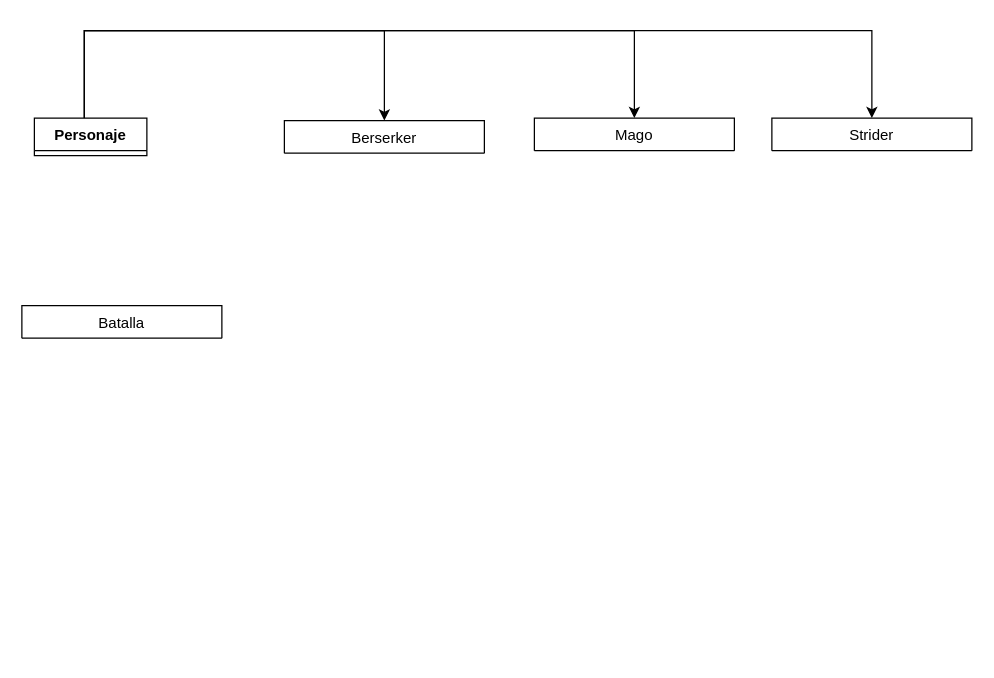
This is Diagrama de clases actuales.drawio from MussiAgus/Proyecto-RPG, a draw.io file, before an edit. Source tidied: cells renumbered, new cells numbered last; positions are measured from the earlier drawing's top-left corner, leaving out a move shared by most shapes. Both pictures are drawn from the tidied source at 125%, with x=0, y=0 at pixel (21, 30).
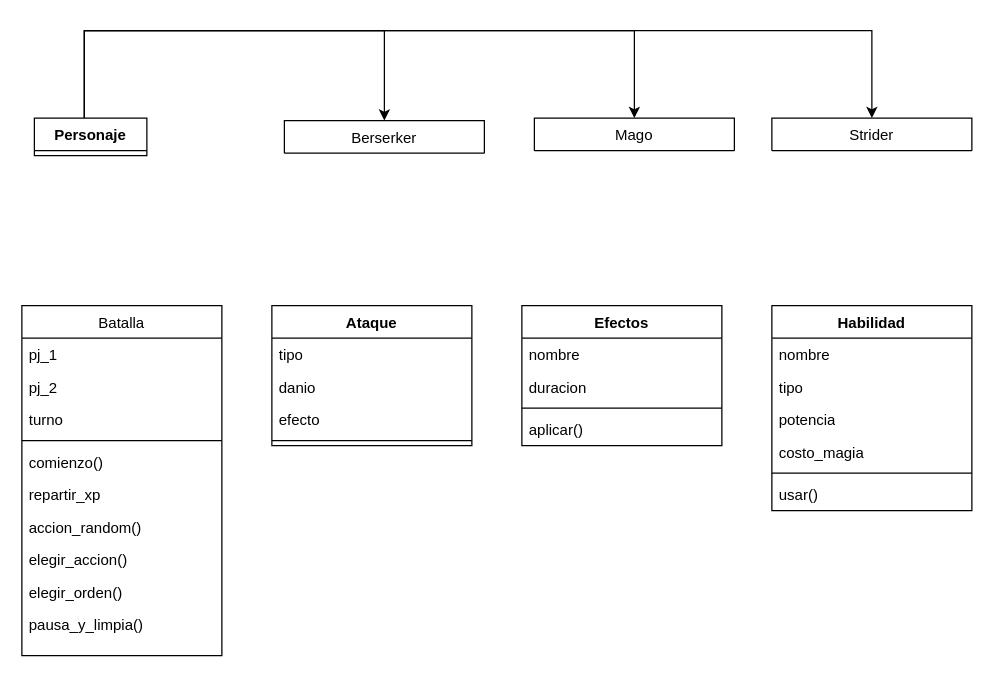
After the change.

Commit message:
Actualizacion diagrama

What changed in the source:
```diff
@@
-    <mxCell id="9" value="Batalla" style="swimlane;fontStyle=0;align=center;verticalAlign=top;horizontal=1;startSize=26;rounded=0;shadow=0;strokeWidth=1;" parent="1" vertex="1" collapsed="1">
-      <mxGeometry y="220" width="160" height="26" as="geometry" />
+    <mxCell id="9" value="Batalla" style="swimlane;fontStyle=0;align=center;verticalAlign=top;horizontal=1;startSize=26;rounded=0;shadow=0;strokeWidth=1;" parent="1" vertex="1">
+      <mxGeometry y="220" width="160" height="280" as="geometry" />
     </mxCell>
+    <mxCell id="10" value="pj_1" style="text;align=left;verticalAlign=top;spacingLeft=4;spacingRight=4;overflow=hidden;" parent="9" vertex="1">
+      <mxGeometry y="26" width="160" height="26" as="geometry" />
+    </mxCell>
+    <mxCell id="11" value="pj_2" style="text;align=left;verticalAlign=top;spacingLeft=4;spacingRight=4;overflow=hidden;rounded=0;shadow=0;html=0;" parent="9" vertex="1">
+      <mxGeometry y="52" width="160" height="26" as="geometry" />
+    </mxCell>
+    <mxCell id="12" value="turno" style="text;align=left;verticalAlign=top;spacingLeft=4;spacingRight=4;overflow=hidden;rounded=0;shadow=0;html=0;" parent="9" vertex="1">
+      <mxGeometry y="78" width="160" height="26" as="geometry" />
+    </mxCell>
+    <mxCell id="13" style="line;html=1;strokeWidth=1;align=left;verticalAlign=middle;spacingTop=-1;spacingLeft=3;spacingRight=3;labelPosition=right;" parent="9" vertex="1">
+      <mxGeometry y="104" width="160" height="8" as="geometry" />
+    </mxCell>
+    <mxCell id="14" value="comienzo()" style="text;align=left;verticalAlign=top;spacingLeft=4;spacingRight=4;overflow=hidden;" parent="9" vertex="1">
+      <mxGeometry y="112" width="160" height="26" as="geometry" />
+    </mxCell>
+    <mxCell id="15" value="repartir_xp" style="text;align=left;verticalAlign=top;spacingLeft=4;spacingRight=4;overflow=hidden;" parent="9" vertex="1">
+      <mxGeometry y="138" width="160" height="26" as="geometry" />
+    </mxCell>
+    <mxCell id="16" value="accion_random()" style="text;align=left;verticalAlign=top;spacingLeft=4;spacingRight=4;overflow=hidden;" parent="9" vertex="1">
+      <mxGeometry y="164" width="160" height="26" as="geometry" />
+    </mxCell>
+    <mxCell id="17" value="elegir_accion()" style="text;align=left;verticalAlign=top;spacingLeft=4;spacingRight=4;overflow=hidden;" parent="9" vertex="1">
+      <mxGeometry y="190" width="160" height="26" as="geometry" />
+    </mxCell>
+    <mxCell id="18" value="elegir_orden()" style="text;align=left;verticalAlign=top;spacingLeft=4;spacingRight=4;overflow=hidden;" parent="9" vertex="1">
+      <mxGeometry y="216" width="160" height="26" as="geometry" />
+    </mxCell>
+    <mxCell id="19" value="pausa_y_limpia()" style="text;align=left;verticalAlign=top;spacingLeft=4;spacingRight=4;overflow=hidden;" parent="9" vertex="1">
+      <mxGeometry y="242" width="160" height="26" as="geometry" />
+    </mxCell>
+    <mxCell id="20" value="Ataque" style="swimlane;fontStyle=1;align=center;verticalAlign=top;horizontal=1;startSize=26;whiteSpace=wrap;html=1;" parent="1" vertex="1">
+      <mxGeometry x="200" y="220" width="160" height="112" as="geometry" />
+    </mxCell>
+    <mxCell id="21" value="tipo" style="text;strokeColor=none;fillColor=none;align=left;verticalAlign=top;spacingLeft=4;spacingRight=4;overflow=hidden;whiteSpace=wrap;html=1;" parent="20" vertex="1">
+      <mxGeometry y="26" width="160" height="26" as="geometry" />
+    </mxCell>
+    <mxCell id="22" value="danio" style="text;strokeColor=none;fillColor=none;align=left;verticalAlign=top;spacingLeft=4;spacingRight=4;overflow=hidden;whiteSpace=wrap;html=1;" parent="20" vertex="1">
+      <mxGeometry y="52" width="160" height="26" as="geometry" />
+    </mxCell>
+    <mxCell id="23" value="efecto" style="text;strokeColor=none;fillColor=none;align=left;verticalAlign=top;spacingLeft=4;spacingRight=4;overflow=hidden;whiteSpace=wrap;html=1;" parent="20" vertex="1">
+      <mxGeometry y="78" width="160" height="26" as="geometry" />
+    </mxCell>
+    <mxCell id="24" style="line;strokeWidth=1;fillColor=none;align=left;verticalAlign=middle;spacingTop=-1;spacingLeft=3;spacingRight=3;labelPosition=right;strokeColor=inherit;" parent="20" vertex="1">
+      <mxGeometry y="104" width="160" height="8" as="geometry" />
+    </mxCell>
+    <mxCell id="25" value="Efectos" style="swimlane;fontStyle=1;align=center;verticalAlign=top;horizontal=1;startSize=26;whiteSpace=wrap;html=1;" parent="1" vertex="1">
+      <mxGeometry x="400" y="220" width="160" height="112" as="geometry" />
+    </mxCell>
+    <mxCell id="26" value="nombre" style="text;strokeColor=none;fillColor=none;align=left;verticalAlign=top;spacingLeft=4;spacingRight=4;overflow=hidden;whiteSpace=wrap;html=1;" parent="25" vertex="1">
+      <mxGeometry y="26" width="160" height="26" as="geometry" />
+    </mxCell>
+    <mxCell id="27" value="duracion" style="text;strokeColor=none;fillColor=none;align=left;verticalAlign=top;spacingLeft=4;spacingRight=4;overflow=hidden;whiteSpace=wrap;html=1;" parent="25" vertex="1">
+      <mxGeometry y="52" width="160" height="26" as="geometry" />
+    </mxCell>
+    <mxCell id="28" style="line;strokeWidth=1;fillColor=none;align=left;verticalAlign=middle;spacingTop=-1;spacingLeft=3;spacingRight=3;labelPosition=right;strokeColor=inherit;" parent="25" vertex="1">
+      <mxGeometry y="78" width="160" height="8" as="geometry" />
+    </mxCell>
+    <mxCell id="29" value="aplicar()" style="text;strokeColor=none;fillColor=none;align=left;verticalAlign=top;spacingLeft=4;spacingRight=4;overflow=hidden;whiteSpace=wrap;html=1;" parent="25" vertex="1">
+      <mxGeometry y="86" width="160" height="26" as="geometry" />
+    </mxCell>
+    <mxCell id="30" value="Habilidad" style="swimlane;fontStyle=1;align=center;verticalAlign=top;horizontal=1;startSize=26;whiteSpace=wrap;html=1;" parent="1" vertex="1">
+      <mxGeometry x="600" y="220" width="160" height="164" as="geometry" />
+    </mxCell>
+    <mxCell id="31" value="nombre" style="text;strokeColor=none;fillColor=none;align=left;verticalAlign=top;spacingLeft=4;spacingRight=4;overflow=hidden;whiteSpace=wrap;html=1;" parent="30" vertex="1">
+      <mxGeometry y="26" width="160" height="26" as="geometry" />
+    </mxCell>
+    <mxCell id="32" value="tipo" style="text;strokeColor=none;fillColor=none;align=left;verticalAlign=top;spacingLeft=4;spacingRight=4;overflow=hidden;whiteSpace=wrap;html=1;" parent="30" vertex="1">
+      <mxGeometry y="52" width="160" height="26" as="geometry" />
+    </mxCell>
+    <mxCell id="33" value="potencia" style="text;strokeColor=none;fillColor=none;align=left;verticalAlign=top;spacingLeft=4;spacingRight=4;overflow=hidden;whiteSpace=wrap;html=1;" parent="30" vertex="1">
+      <mxGeometry y="78" width="160" height="26" as="geometry" />
+    </mxCell>
+    <mxCell id="34" value="costo_magia" style="text;strokeColor=none;fillColor=none;align=left;verticalAlign=top;spacingLeft=4;spacingRight=4;overflow=hidden;whiteSpace=wrap;html=1;" parent="30" vertex="1">
+      <mxGeometry y="104" width="160" height="26" as="geometry" />
+    </mxCell>
+    <mxCell id="35" style="line;strokeWidth=1;fillColor=none;align=left;verticalAlign=middle;spacingTop=-1;spacingLeft=3;spacingRight=3;labelPosition=right;strokeColor=inherit;" parent="30" vertex="1">
+      <mxGeometry y="130" width="160" height="8" as="geometry" />
+    </mxCell>
+    <mxCell id="36" value="usar()" style="text;strokeColor=none;fillColor=none;align=left;verticalAlign=top;spacingLeft=4;spacingRight=4;overflow=hidden;whiteSpace=wrap;html=1;" parent="30" vertex="1">
+      <mxGeometry y="138" width="160" height="26" as="geometry" />
+    </mxCell>
```
